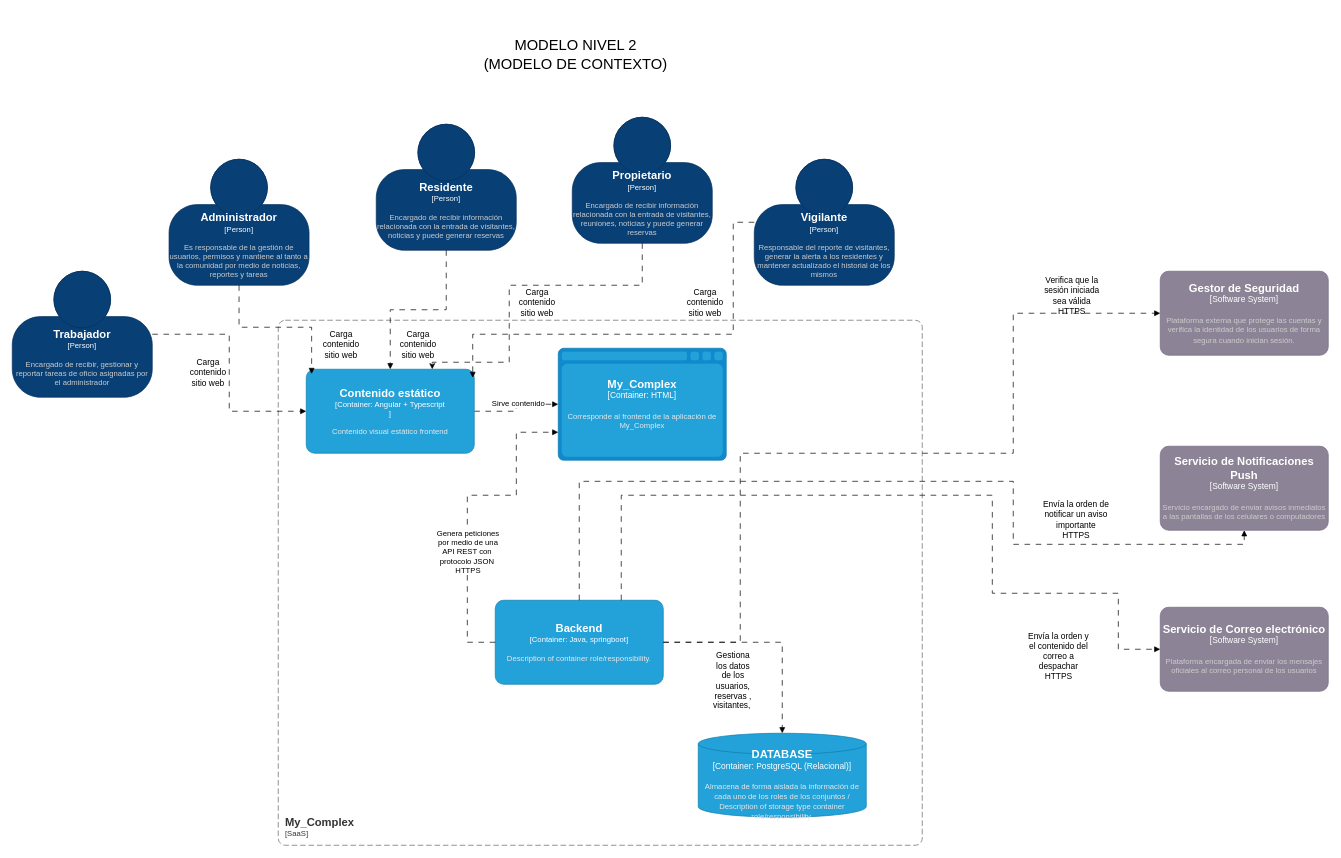
Earlier version of the draw.io diagram Modelo_de_contexto2.drawio (3st3b4nR/Documentacion_My_Complex). Source tidied: cells renumbered, new cells numbered last; positions are measured from the earlier drawing's top-left corner, leaving out a move shared by most shapes. Both pictures are drawn from the tidied source at 70%, with x=0, y=0 at pixel (12, 12).
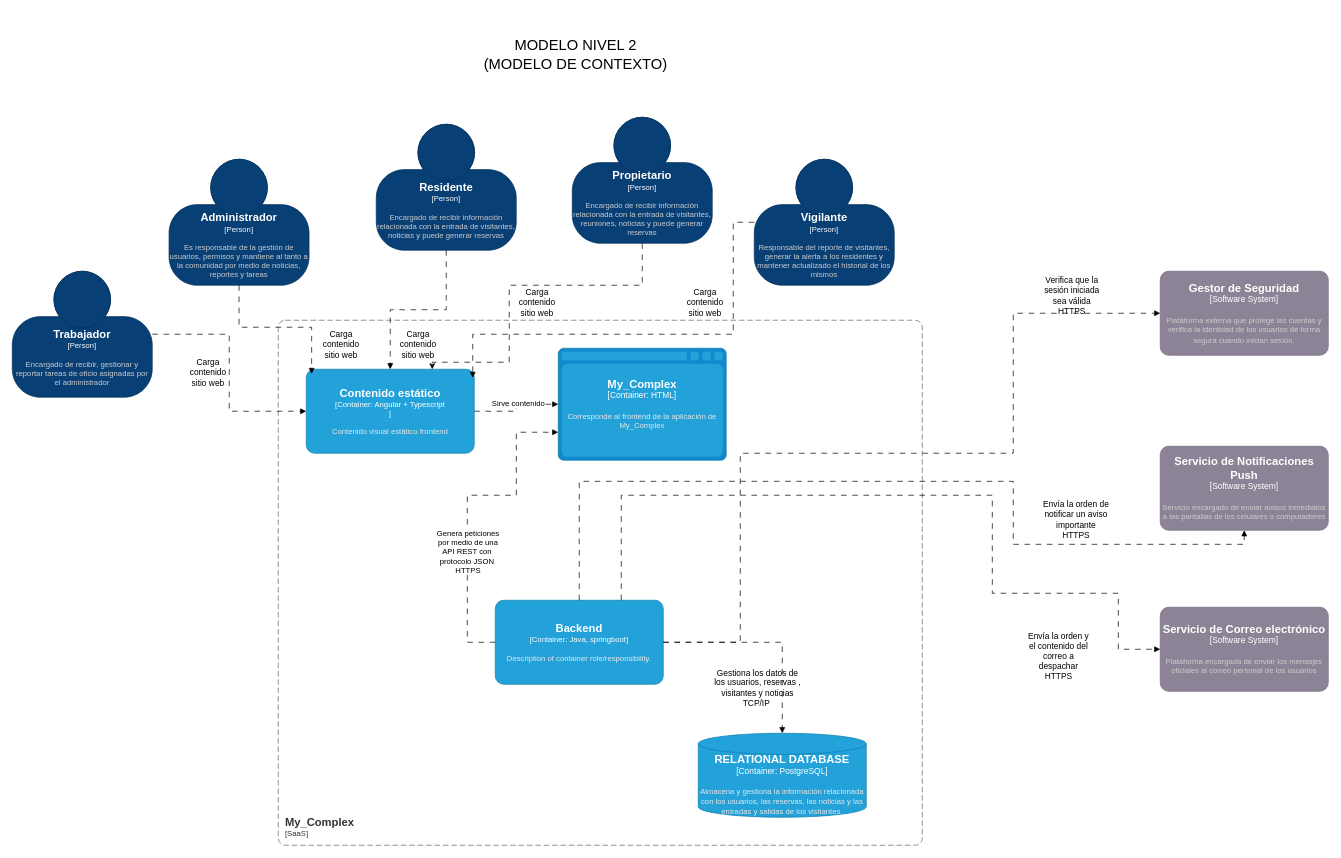
After the change.

Diff of the diagram source:
```diff
@@
-    <object id="11" label="&lt;font style=&quot;font-size: 16px&quot;&gt;&lt;b&gt;%c4Name%&lt;/b&gt;&lt;/font&gt;&lt;div&gt;[%c4Type%:&amp;nbsp;%c4Technology%]&lt;/div&gt;&lt;br&gt;&lt;div&gt;&lt;font style=&quot;font-size: 11px&quot;&gt;&lt;font color=&quot;#E6E6E6&quot;&gt;%c4Description%&lt;/font&gt;&lt;/div&gt;" c4Description="Almacena de forma aislada la información de cada uno de los roles de los conjuntos / Description of storage type container role/responsibility." c4Name="DATABASE" c4Technology="PostgreSQL (Relacional)" c4Type="Container" placeholders="1">
+    <object id="11" label="&lt;font style=&quot;font-size: 16px&quot;&gt;&lt;b&gt;%c4Name%&lt;/b&gt;&lt;/font&gt;&lt;div&gt;[%c4Type%:&amp;nbsp;%c4Technology%]&lt;/div&gt;&lt;br&gt;&lt;div&gt;&lt;font style=&quot;font-size: 11px&quot;&gt;&lt;font color=&quot;#E6E6E6&quot;&gt;%c4Description%&lt;/font&gt;&lt;/div&gt;" c4Description="Almacena y gestiona la información relacionada con los usuarios, las reservas, las noticias y las entradas y salidas de los visitantes." c4Name="RELATIONAL DATABASE" c4Technology="PostgreSQL" c4Type="Container" placeholders="1">
       <mxCell style="shape=cylinder3;size=15;whiteSpace=wrap;html=1;boundedLbl=1;rounded=0;labelBackgroundColor=none;fillColor=#23A2D9;fontSize=12;fontColor=#ffffff;align=center;strokeColor=#0E7DAD;points=[[0.5,0,0],[1,0.25,0],[1,0.5,0],[1,0.75,0],[0.5,1,0],[0,0.75,0],[0,0.5,0],[0,0.25,0]];" parent="1" vertex="1">
         <mxGeometry x="980" y="1030" width="240" height="120" as="geometry" />
       </mxCell>
     </object>
@@
-    <mxCell id="38" value="Gestiona los datos de los usuarios, reservas , visitantes,&amp;nbsp;" style="text;html=1;whiteSpace=wrap;strokeColor=none;fillColor=none;align=center;verticalAlign=middle;rounded=0;" parent="1" vertex="1">
-      <mxGeometry x="1000" y="940" width="60" height="30" as="geometry" />
+    <mxCell id="38" value="Gestiona los datos de los usuarios, reservas , visitantes y noticias&lt;div&gt;TCP/IP&amp;nbsp;&lt;/div&gt;" style="text;html=1;whiteSpace=wrap;strokeColor=none;fillColor=none;align=center;verticalAlign=middle;rounded=0;" parent="1" vertex="1">
+      <mxGeometry x="1000" y="940" width="130" height="50" as="geometry" />
     </mxCell>
```
